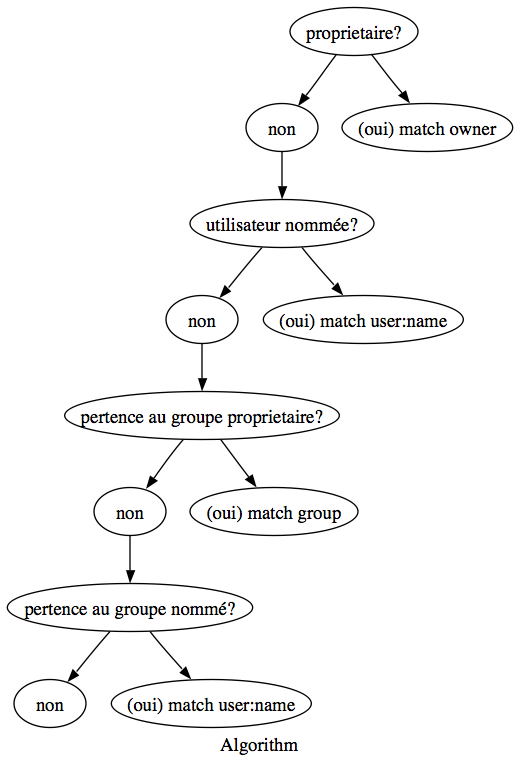
This is img/src/algo.png from Fabs/Acl-Work, a Graphviz export, as it was before one commit. Its source is kept beside it as img/src/algo.dot. The source it was exported from:
```dot
digraph 1	{
/*		[label="Algorithm"]
		1 [label="non"];
		3 [label="non"];
		5 [label="non"];
		7 [label="non"];
		0 [label="(oui) match owner"];
		2 [label="(oui) match user:name"];
		4 [label="(oui) match group"];
		6 [label="(oui) match user:name"];
		p [label="proprietaire?"];
		un [label="utilisateur nommée?"];
		gp1 [label="pertence au groupe proprietaire?"]
		gpn [label="pertence au groupe nommé?"]
		p -> 0;
		p -> 1;
		1 -> un;
		un -> 2;
		un -> 3;
		3-> gp1;
		gp1 -> 4;
		gp1 -> 5;
		5-> gpn;
		gpn -> 6;
		gpn -> 7;*/


		perm[label="est-ce qu'il l'entrée a les droits?"]
				perm -> "(oui) l'acess est autorisé"
				perm -> "(non) l'acess n'est pas autorisé"
}
```
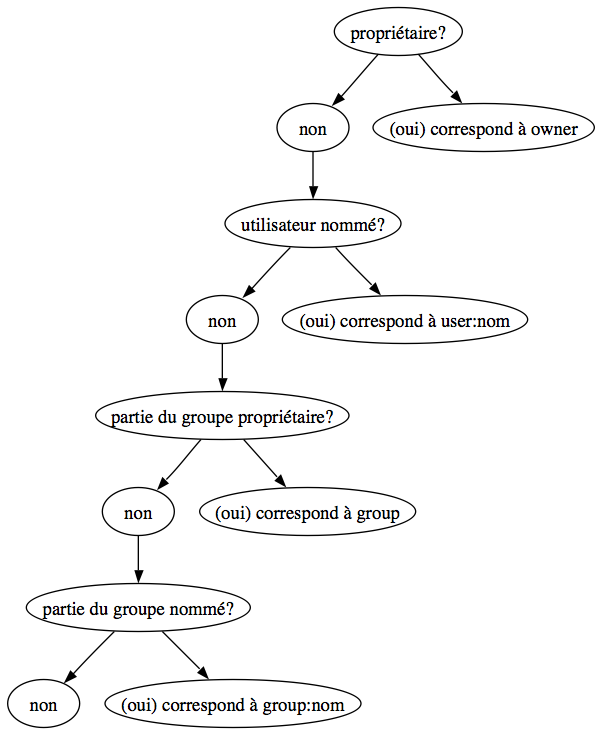
After the commit.

What changed in the source:
```diff
@@ -1,17 +1,17 @@
 digraph 1	{
-/*		[label="Algorithm"]
+/*
 		1 [label="non"];
 		3 [label="non"];
 		5 [label="non"];
 		7 [label="non"];
-		0 [label="(oui) match owner"];
-		2 [label="(oui) match user:name"];
-		4 [label="(oui) match group"];
-		6 [label="(oui) match user:name"];
-		p [label="proprietaire?"];
-		un [label="utilisateur nommée?"];
-		gp1 [label="pertence au groupe proprietaire?"]
-		gpn [label="pertence au groupe nommé?"]
+		0 [label="(oui) correspond à owner"];
+		2 [label="(oui) correspond à user:nom"];
+		4 [label="(oui) correspond à group"];
+		6 [label="(oui) correspond à group:nom"];
+		p [label="propriétaire?"];
+		un [label="utilisateur nommé?"];
+		gp1 [label="partie du groupe propriétaire?"]
+		gpn [label="partie du groupe nommé?"]
 		p -> 0;
 		p -> 1;
 		1 -> un;
@@ -22,10 +22,11 @@
 		gp1 -> 5;
 		5-> gpn;
 		gpn -> 6;
-		gpn -> 7;*/
-
+		gpn -> 7;
+		*/
 
 		perm[label="est-ce qu'il l'entrée a les droits?"]
-				perm -> "(oui) l'acess est autorisé"
-				perm -> "(non) l'acess n'est pas autorisé"
+						perm -> "(oui) l'accès est autorisé"
+						perm -> "(non) l'accès n'est pas autorisé"
+
 }
```
